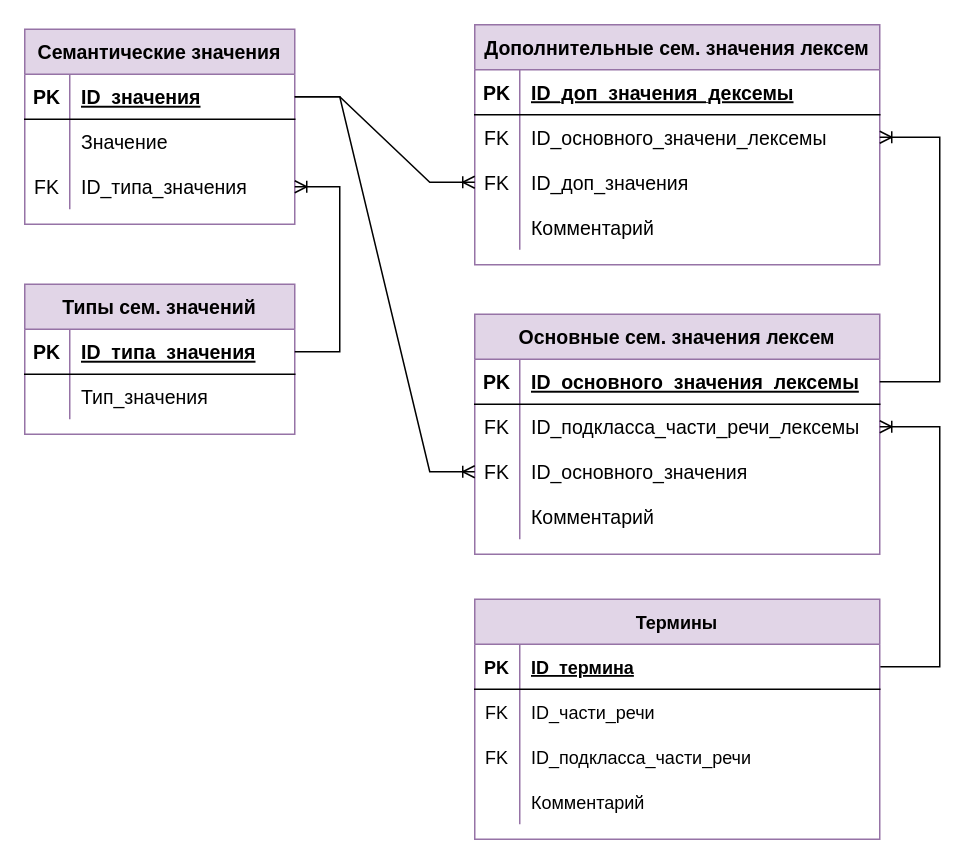
Above: Схема ЛБД/v3/Лексико-семантический словарь v3.drawio in docNemo/diplom (draw.io), before the change. Source tidied: cells renumbered, new cells numbered last; positions are measured from the earlier drawing's top-left corner, leaving out a move shared by most shapes. Both pictures are drawn from the tidied source at 150%, with x=0, y=0 at pixel (24, 24).
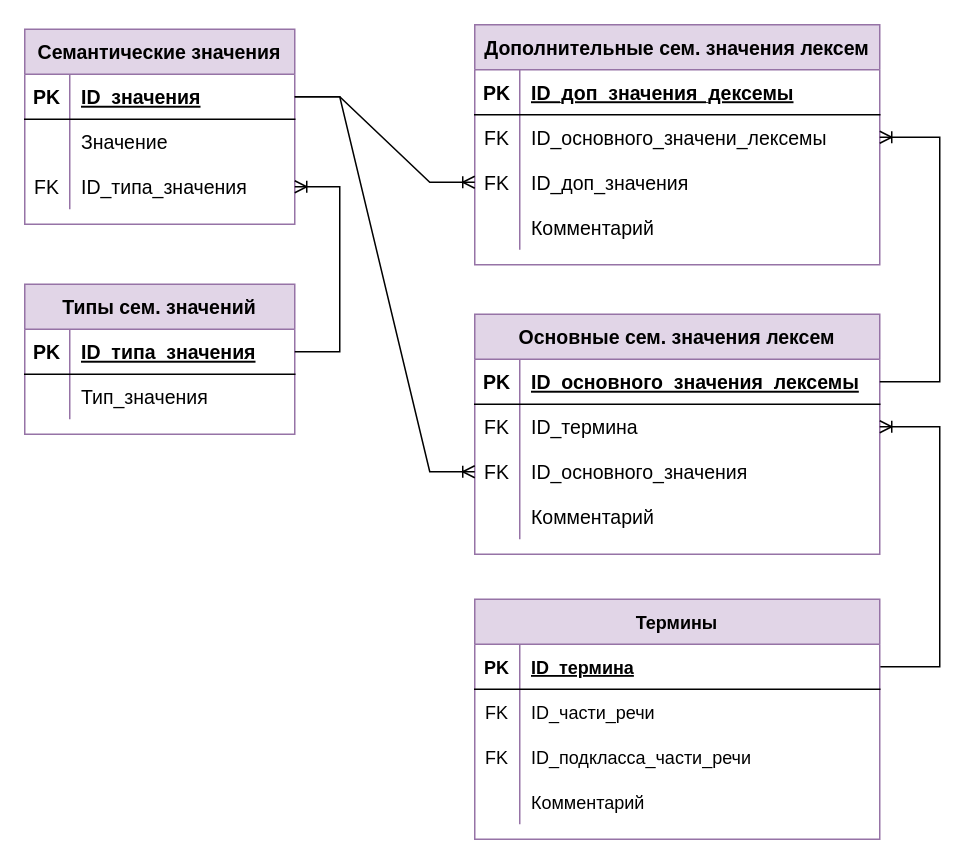
The same diagram, later.

The change refers to these unchanged cells:
```xml
<mxCell id="23" style="shape=tableRow;horizontal=0;startSize=0;swimlaneHead=0;swimlaneBody=0;fillColor=none;points=[[0,0.5],[1,0.5]];portConstraint=eastwest;top=0;left=0;right=0;bottom=0;fontSize=13;" parent="19" vertex="1">
  <mxGeometry y="60" width="270" height="30" as="geometry" />
</mxCell>
```

The edit, as a diff of the source:
```diff
@@
-    <mxCell id="25" value="ID_подкласса_части_речи_лексемы" style="shape=partialRectangle;fillColor=none;top=0;left=0;bottom=0;right=0;align=left;spacingLeft=6;overflow=hidden;fontSize=13;" parent="23" vertex="1">
+    <mxCell id="25" value="ID_термина" style="shape=partialRectangle;fillColor=none;top=0;left=0;bottom=0;right=0;align=left;spacingLeft=6;overflow=hidden;fontSize=13;" parent="23" vertex="1">
       <mxGeometry x="30" width="240" height="30" as="geometry" />
     </mxCell>
```
